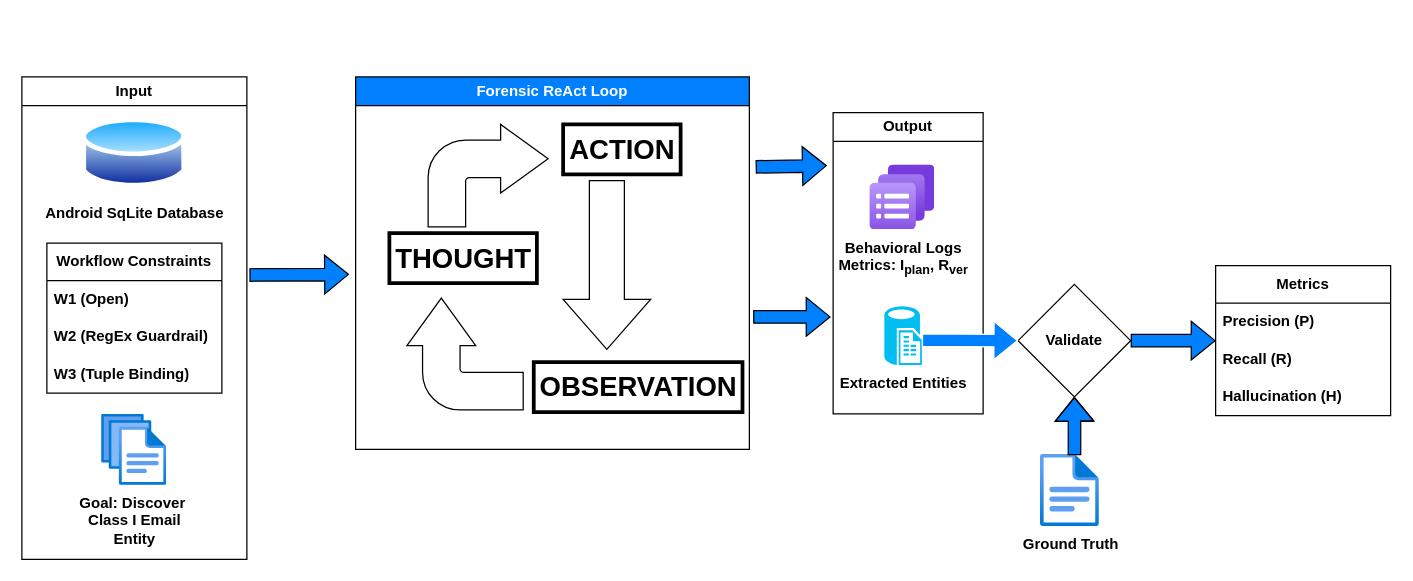
Above: page "Page-4" (2 of 2) of Agentic-Research.drawio in toyeafo/agentic-forensic-research (draw.io), before the change. Source tidied: cells renumbered, new cells numbered last; positions are measured from the earlier drawing's top-left corner, leaving out a move shared by most shapes. Both pictures are drawn from the tidied source at 125%, with x=0, y=0 at pixel (21, 76).
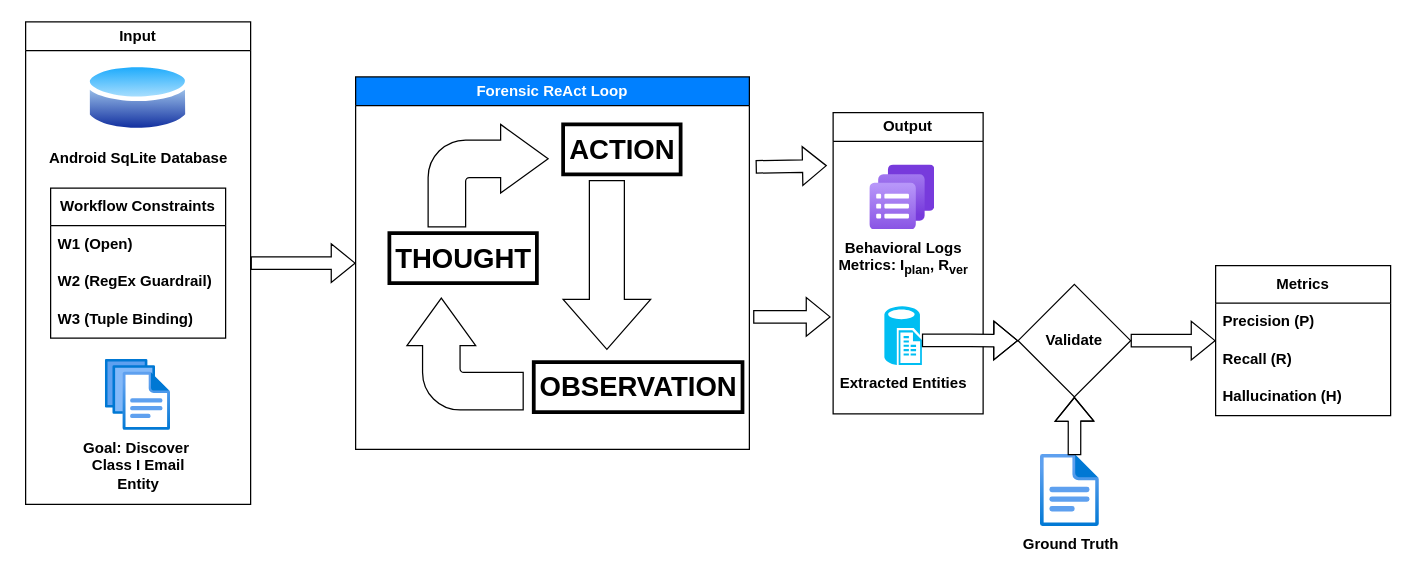
After the change.

Unchanged cells that the change refers to:
```xml
<mxCell id="3" value="&lt;b&gt;Forensic ReAct Loop&lt;/b&gt;" style="swimlane;whiteSpace=wrap;html=1;fillColor=#0080FF;fontColor=#FFFFFF;" parent="1" vertex="1">
  <mxGeometry x="267" width="315" height="298" as="geometry" />
</mxCell>
<mxCell id="10" value="&lt;b&gt;Ground Truth&lt;/b&gt;" style="image;html=1;points=[];align=center;fontSize=12;image=img/lib/azure2/general/File.svg;" parent="1" vertex="1">
  <mxGeometry x="815" y="302" width="47.1" height="58" as="geometry" />
</mxCell>
<mxCell id="12" value="&lt;b&gt;Validate&lt;/b&gt;" style="rhombus;whiteSpace=wrap;html=1;" parent="1" vertex="1">
  <mxGeometry x="797" y="166" width="90" height="90" as="geometry" />
</mxCell>
<mxCell id="16" value="Metrics" style="swimlane;fontStyle=1;horizontal=1;startSize=30;whiteSpace=wrap;html=1;" parent="1" vertex="1">
  <mxGeometry x="955" y="151" width="140" height="120" as="geometry" />
</mxCell>
<mxCell id="28" value="&lt;b&gt;Extracted Entities&lt;/b&gt;" style="verticalLabelPosition=bottom;html=1;verticalAlign=top;align=center;strokeColor=none;fillColor=#00BEF2;shape=mxgraph.azure.sql_reporting;" parent="27" vertex="1">
  <mxGeometry x="41" y="155" width="30" height="47" as="geometry" />
</mxCell>
```

Change to the diagram source:
```diff
@@
-    <mxCell id="2" style="shape=flexArrow;endArrow=classic;html=1;rounded=0;fillColor=#0080FF;" parent="1" edge="1">
-      <mxGeometry relative="1" as="geometry">
-        <mxPoint x="182" y="158.5" as="sourcePoint" />
-        <mxPoint x="261.7" y="158" as="targetPoint" />
-      </mxGeometry>
+    <mxCell id="2" style="shape=flexArrow;endArrow=classic;html=1;rounded=0;fillColor=#FFFFFF;entryX=0;entryY=0.5;entryDx=0;entryDy=0;exitX=1;exitY=0.5;exitDx=0;exitDy=0;" parent="1" edge="1" source="20" target="3">
+      <mxGeometry relative="1" as="geometry" />
     </mxCell>
@@
-    <mxCell id="11" style="edgeStyle=orthogonalEdgeStyle;rounded=0;jettySize=auto;html=1;exitX=1;exitY=0.5;exitDx=0;exitDy=0;entryX=0;entryY=0.5;entryDx=0;entryDy=0;shape=flexArrow;fillColor=#0080FF;strokeColor=#000000;" parent="1" edge="1" source="12" target="16">
+    <mxCell id="11" style="edgeStyle=orthogonalEdgeStyle;rounded=0;jettySize=auto;html=1;exitX=1;exitY=0.5;exitDx=0;exitDy=0;entryX=0;entryY=0.5;entryDx=0;entryDy=0;shape=flexArrow;fillColor=#FFFFFF;strokeColor=#000000;" parent="1" edge="1" source="12" target="16">
       <mxGeometry relative="1" as="geometry" />
     </mxCell>
@@
-    <mxCell id="13" style="shape=flexArrow;endArrow=classic;html=1;rounded=0;fillColor=#0080FF;" parent="1" edge="1">
+    <mxCell id="13" style="shape=flexArrow;endArrow=classic;html=1;rounded=0;fillColor=#FFFFFF;" parent="1" edge="1">
       <mxGeometry relative="1" as="geometry">
         <mxPoint x="585" y="192" as="sourcePoint" />
         <mxPoint x="647" y="192" as="targetPoint" />
       </mxGeometry>
     </mxCell>
-    <mxCell id="14" style="shape=flexArrow;endArrow=classic;html=1;rounded=0;fillColor=#0080FF;exitX=1;exitY=0.75;exitDx=0;exitDy=0;" parent="1" edge="1">
+    <mxCell id="14" style="shape=flexArrow;endArrow=classic;html=1;rounded=0;fillColor=#FFFFFF;exitX=1;exitY=0.75;exitDx=0;exitDy=0;" parent="1" edge="1">
       <mxGeometry relative="1" as="geometry">
         <mxPoint x="587" y="72" as="sourcePoint" />
         <mxPoint x="644" y="71" as="targetPoint" />
       </mxGeometry>
     </mxCell>
-    <mxCell id="15" style="edgeStyle=orthogonalEdgeStyle;rounded=0;jettySize=auto;html=1;exitX=0.575;exitY=0.012;exitDx=0;exitDy=0;entryX=0.5;entryY=1;entryDx=0;entryDy=0;shape=flexArrow;fillColor=#0080FF;exitPerimeter=0;" parent="1" edge="1" source="10" target="12">
+    <mxCell id="15" style="edgeStyle=orthogonalEdgeStyle;rounded=0;jettySize=auto;html=1;exitX=0.575;exitY=0.012;exitDx=0;exitDy=0;entryX=0.5;entryY=1;entryDx=0;entryDy=0;shape=flexArrow;fillColor=#FFFFFF;exitPerimeter=0;" parent="1" edge="1" source="10" target="12">
       <mxGeometry relative="1" as="geometry" />
     </mxCell>
@@
     <mxCell id="20" value="Input" style="swimlane;whiteSpace=wrap;html=1;" parent="1" vertex="1">
-      <mxGeometry width="180" height="386" as="geometry" />
+      <mxGeometry x="3" y="-44" width="180" height="386" as="geometry" />
     </mxCell>
@@
-    <mxCell id="30" style="edgeStyle=orthogonalEdgeStyle;rounded=0;jettySize=auto;html=1;exitX=1;exitY=0.58;exitDx=0;exitDy=0;entryX=0;entryY=0.5;entryDx=0;entryDy=0;shape=flexArrow;strokeColor=#FFFFFF;fillColor=#0080FF;exitPerimeter=0;" parent="1" edge="1" source="28" target="12">
+    <mxCell id="30" style="edgeStyle=orthogonalEdgeStyle;rounded=0;jettySize=auto;html=1;exitX=1;exitY=0.58;exitDx=0;exitDy=0;entryX=0;entryY=0.5;entryDx=0;entryDy=0;shape=flexArrow;strokeColor=#000000;fillColor=#FFFFFF;exitPerimeter=0;" parent="1" edge="1" source="28" target="12">
       <mxGeometry relative="1" as="geometry" />
     </mxCell>
```
